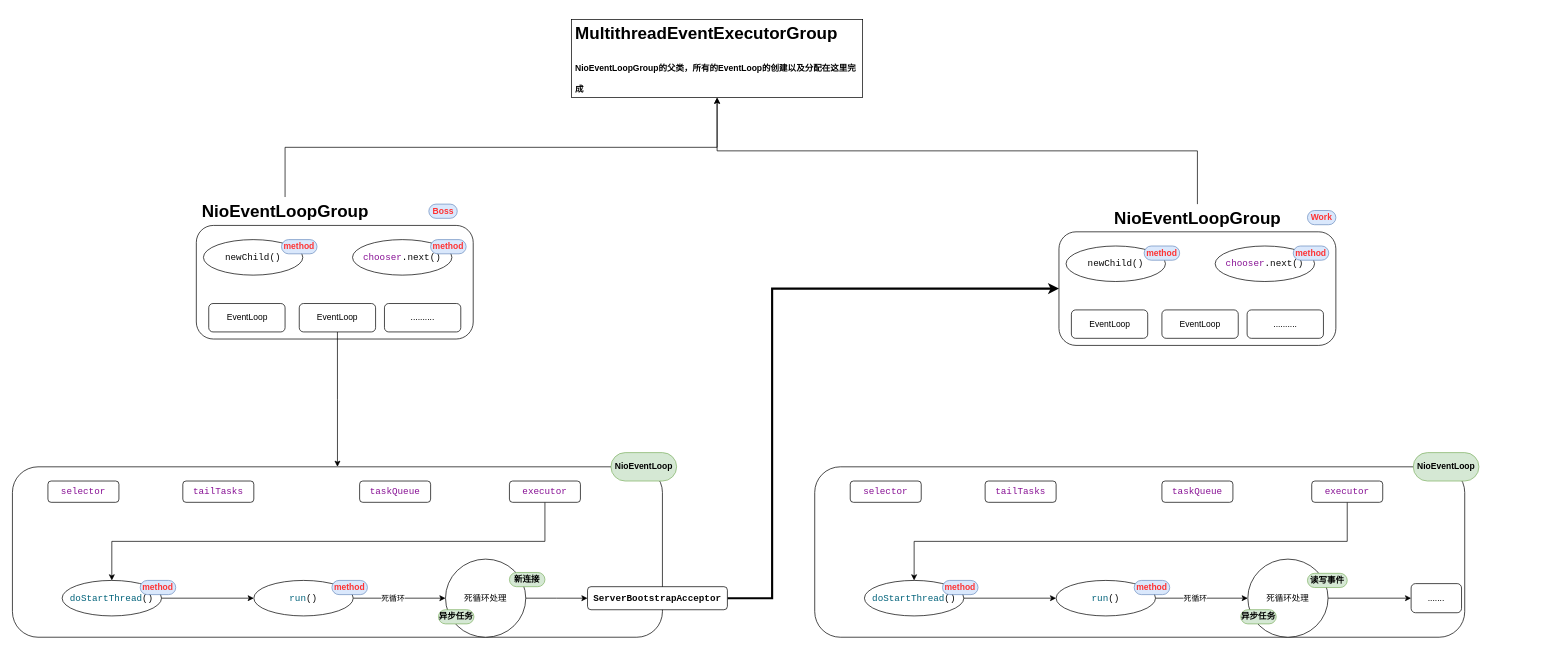
Above: page "Netty事件循环组源码解析图示" (1 of 2) of 杂谈/Netty源码.drawio in huangfusuper/my-notes (draw.io), before the change. Source tidied: cells renumbered, new cells numbered last; positions are measured from the earlier drawing's top-left corner, leaving out a move shared by most shapes. Both pictures are drawn from the tidied source at 71%, with x=0, y=0 at pixel (12, 19).
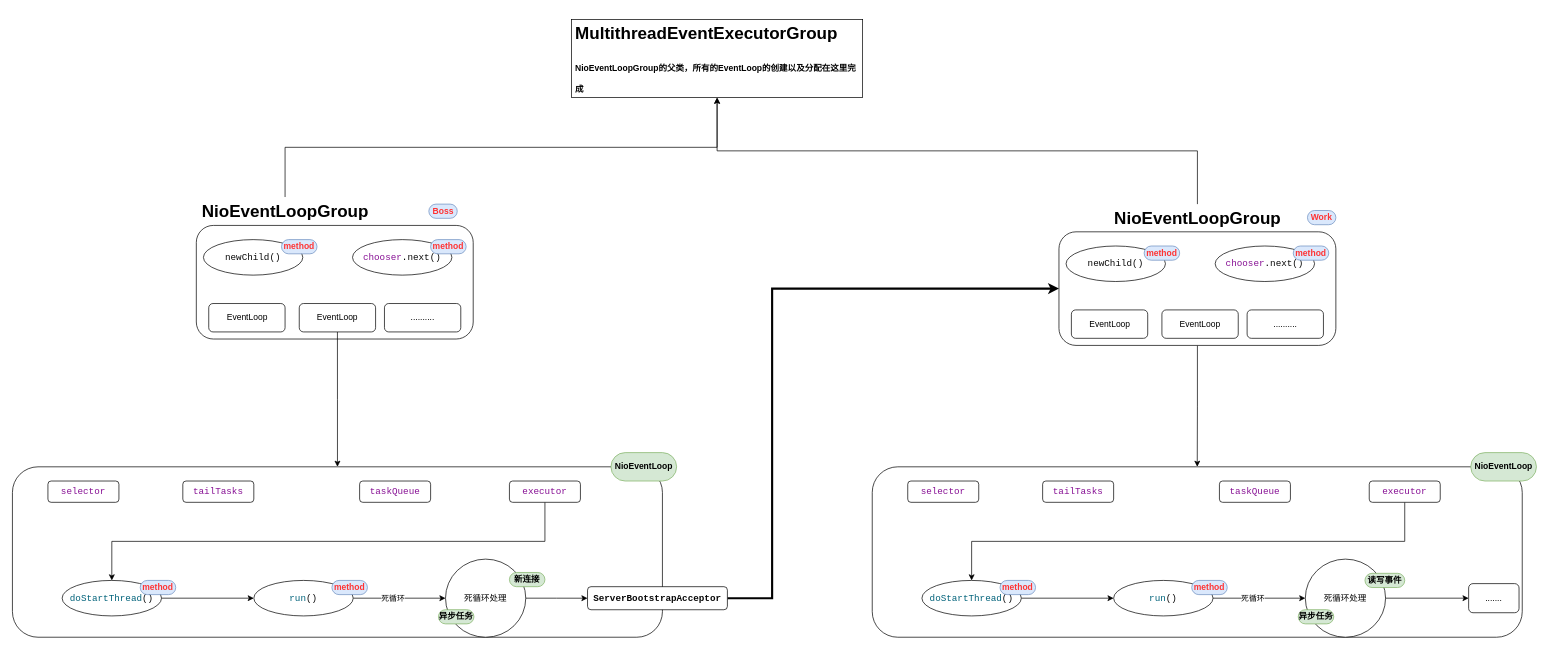
Above is the later version.

Unchanged cells that the change refers to:
```xml
<mxCell id="3" style="rounded=1;whiteSpace=wrap;html=1;" parent="1" vertex="1">
  <mxGeometry x="1474" y="299" width="390" height="160" as="geometry" />
</mxCell>
```

What changed in the source:
```diff
@@
+    <mxCell id="65" style="edgeStyle=orthogonalEdgeStyle;rounded=0;jettySize=auto;html=1;exitX=0.5;exitY=1;exitDx=0;exitDy=0;entryX=0.5;entryY=0;entryDx=0;entryDy=0;" parent="1" edge="1" source="3" target="44">
+      <mxGeometry relative="1" as="geometry" />
+    </mxCell>
@@
     <mxCell id="44" style="rounded=1;whiteSpace=wrap;html=1;fillColor=#ffffff;" parent="1" vertex="1">
-      <mxGeometry x="1130" y="630" width="915.5" height="240" as="geometry" />
+      <mxGeometry x="1211" y="630" width="915.5" height="240" as="geometry" />
     </mxCell>
     <mxCell id="45" value="&lt;b&gt;NioEventLoop&lt;/b&gt;" style="text;html=1;strokeColor=#82b366;fillColor=#d5e8d4;align=center;verticalAlign=middle;whiteSpace=wrap;rounded=1;arcSize=50;" parent="1" vertex="1">
-      <mxGeometry x="1973" y="610" width="92.5" height="40" as="geometry" />
+      <mxGeometry x="2054" y="610" width="92.5" height="40" as="geometry" />
     </mxCell>
     <mxCell id="46" value="&lt;pre style=&quot;background-color: #ffffff ; color: #080808 ; font-family: &amp;#34;jetbrains mono&amp;#34; , monospace ; font-size: 9.8pt&quot;&gt;&lt;span style=&quot;color: #871094&quot;&gt;selector&lt;/span&gt;&lt;/pre&gt;" style="rounded=1;whiteSpace=wrap;html=1;fillColor=#ffffff;" parent="1" vertex="1">
-      <mxGeometry x="1180" y="650" width="100" height="30" as="geometry" />
+      <mxGeometry x="1261" y="650" width="100" height="30" as="geometry" />
     </mxCell>
     <mxCell id="47" value="&lt;pre style=&quot;background-color: #ffffff ; color: #080808 ; font-family: &amp;#34;jetbrains mono&amp;#34; , monospace ; font-size: 9.8pt&quot;&gt;&lt;pre style=&quot;font-family: &amp;#34;jetbrains mono&amp;#34; , monospace ; font-size: 9.8pt&quot;&gt;&lt;span style=&quot;color: #871094&quot;&gt;tailTasks&lt;/span&gt;&lt;/pre&gt;&lt;/pre&gt;" style="rounded=1;whiteSpace=wrap;html=1;fillColor=#ffffff;" parent="1" vertex="1">
-      <mxGeometry x="1370" y="650" width="100" height="30" as="geometry" />
+      <mxGeometry x="1451" y="650" width="100" height="30" as="geometry" />
     </mxCell>
@@
     <mxCell id="49" value="&lt;pre style=&quot;background-color: #ffffff ; color: #080808 ; font-family: &amp;#34;jetbrains mono&amp;#34; , monospace ; font-size: 9.8pt&quot;&gt;&lt;pre style=&quot;font-family: &amp;#34;jetbrains mono&amp;#34; , monospace ; font-size: 9.8pt&quot;&gt;&lt;pre style=&quot;font-family: &amp;#34;jetbrains mono&amp;#34; , monospace ; font-size: 9.8pt&quot;&gt;&lt;span style=&quot;color: #871094&quot;&gt;executor&lt;/span&gt;&lt;/pre&gt;&lt;/pre&gt;&lt;/pre&gt;" style="rounded=1;whiteSpace=wrap;html=1;fillColor=#ffffff;" parent="1" vertex="1">
-      <mxGeometry x="1830" y="650" width="100" height="30" as="geometry" />
+      <mxGeometry x="1911" y="650" width="100" height="30" as="geometry" />
     </mxCell>
     <mxCell id="50" value="&lt;pre style=&quot;background-color: #ffffff ; color: #080808 ; font-family: &amp;#34;jetbrains mono&amp;#34; , monospace ; font-size: 9.8pt&quot;&gt;&lt;pre style=&quot;font-family: &amp;#34;jetbrains mono&amp;#34; , monospace ; font-size: 9.8pt&quot;&gt;&lt;pre style=&quot;font-family: &amp;#34;jetbrains mono&amp;#34; , monospace ; font-size: 9.8pt&quot;&gt;&lt;span style=&quot;color: #871094&quot;&gt;taskQueue&lt;/span&gt;&lt;/pre&gt;&lt;/pre&gt;&lt;/pre&gt;" style="rounded=1;whiteSpace=wrap;html=1;fillColor=#ffffff;" parent="1" vertex="1">
-      <mxGeometry x="1619" y="650" width="100" height="30" as="geometry" />
+      <mxGeometry x="1700" y="650" width="100" height="30" as="geometry" />
     </mxCell>
@@
     <mxCell id="52" value="&lt;pre style=&quot;background-color: #ffffff ; color: #080808 ; font-family: &amp;#34;jetbrains mono&amp;#34; , monospace ; font-size: 9.8pt&quot;&gt;&lt;span style=&quot;color: rgb(0 , 98 , 122) ; font-family: &amp;#34;jetbrains mono&amp;#34; , monospace ; font-size: 9.8pt&quot;&gt;doStartThread&lt;/span&gt;()&lt;/pre&gt;" style="ellipse;whiteSpace=wrap;html=1;rounded=1;strokeColor=#000000;fillColor=#ffffff;" parent="1" vertex="1">
-      <mxGeometry x="1200" y="790" width="140" height="50" as="geometry" />
+      <mxGeometry x="1281" y="790" width="140" height="50" as="geometry" />
     </mxCell>
     <mxCell id="53" value="&lt;b&gt;&lt;font color=&quot;#ff3333&quot;&gt;method&lt;/font&gt;&lt;/b&gt;" style="text;html=1;strokeColor=#6c8ebf;align=center;verticalAlign=middle;whiteSpace=wrap;rounded=1;fillColor=#dae8fc;arcSize=50;" parent="1" vertex="1">
-      <mxGeometry x="1310" y="790" width="50" height="20" as="geometry" />
+      <mxGeometry x="1391" y="790" width="50" height="20" as="geometry" />
     </mxCell>
@@
     <mxCell id="56" value="&lt;pre style=&quot;background-color: #ffffff ; color: #080808 ; font-family: &amp;#34;jetbrains mono&amp;#34; , monospace ; font-size: 9.8pt&quot;&gt;&lt;span style=&quot;color: rgb(0 , 98 , 122) ; font-family: &amp;#34;jetbrains mono&amp;#34; , monospace ; font-size: 9.8pt&quot;&gt;run&lt;/span&gt;()&lt;/pre&gt;" style="ellipse;whiteSpace=wrap;html=1;rounded=1;strokeColor=#000000;fillColor=#ffffff;" parent="1" vertex="1">
-      <mxGeometry x="1470" y="790" width="140" height="50" as="geometry" />
+      <mxGeometry x="1551" y="790" width="140" height="50" as="geometry" />
     </mxCell>
     <mxCell id="57" value="&lt;b&gt;&lt;font color=&quot;#ff3333&quot;&gt;method&lt;/font&gt;&lt;/b&gt;" style="text;html=1;strokeColor=#6c8ebf;align=center;verticalAlign=middle;whiteSpace=wrap;rounded=1;fillColor=#dae8fc;arcSize=50;" parent="1" vertex="1">
-      <mxGeometry x="1580" y="790" width="50" height="20" as="geometry" />
+      <mxGeometry x="1661" y="790" width="50" height="20" as="geometry" />
     </mxCell>
@@
     <mxCell id="59" value="&lt;span&gt;死循环处理&lt;/span&gt;" style="ellipse;whiteSpace=wrap;html=1;rounded=1;strokeColor=#000000;fillColor=#ffffff;" parent="1" vertex="1">
-      <mxGeometry x="1740" y="760" width="113" height="110" as="geometry" />
+      <mxGeometry x="1821" y="760" width="113" height="110" as="geometry" />
     </mxCell>
@@
     <mxCell id="62" value="&lt;b&gt;异步任务&lt;/b&gt;" style="text;html=1;strokeColor=#82b366;fillColor=#d5e8d4;align=center;verticalAlign=middle;whiteSpace=wrap;rounded=1;arcSize=50;" parent="1" vertex="1">
-      <mxGeometry x="1730" y="831.2" width="50" height="20" as="geometry" />
+      <mxGeometry x="1811" y="831.2" width="50" height="20" as="geometry" />
     </mxCell>
     <mxCell id="63" value="&lt;b&gt;读写事件&lt;/b&gt;" style="text;html=1;strokeColor=#82b366;fillColor=#d5e8d4;align=center;verticalAlign=middle;whiteSpace=wrap;rounded=1;arcSize=50;" parent="1" vertex="1">
-      <mxGeometry x="1824" y="780" width="56" height="20" as="geometry" />
+      <mxGeometry x="1905" y="780" width="56" height="20" as="geometry" />
     </mxCell>
     <mxCell id="64" value="......." style="rounded=1;whiteSpace=wrap;html=1;strokeColor=#000000;fillColor=#ffffff;" parent="1" vertex="1">
-      <mxGeometry x="1970" y="794.5" width="71" height="41" as="geometry" />
+      <mxGeometry x="2051" y="794.5" width="71" height="41" as="geometry" />
     </mxCell>
```
